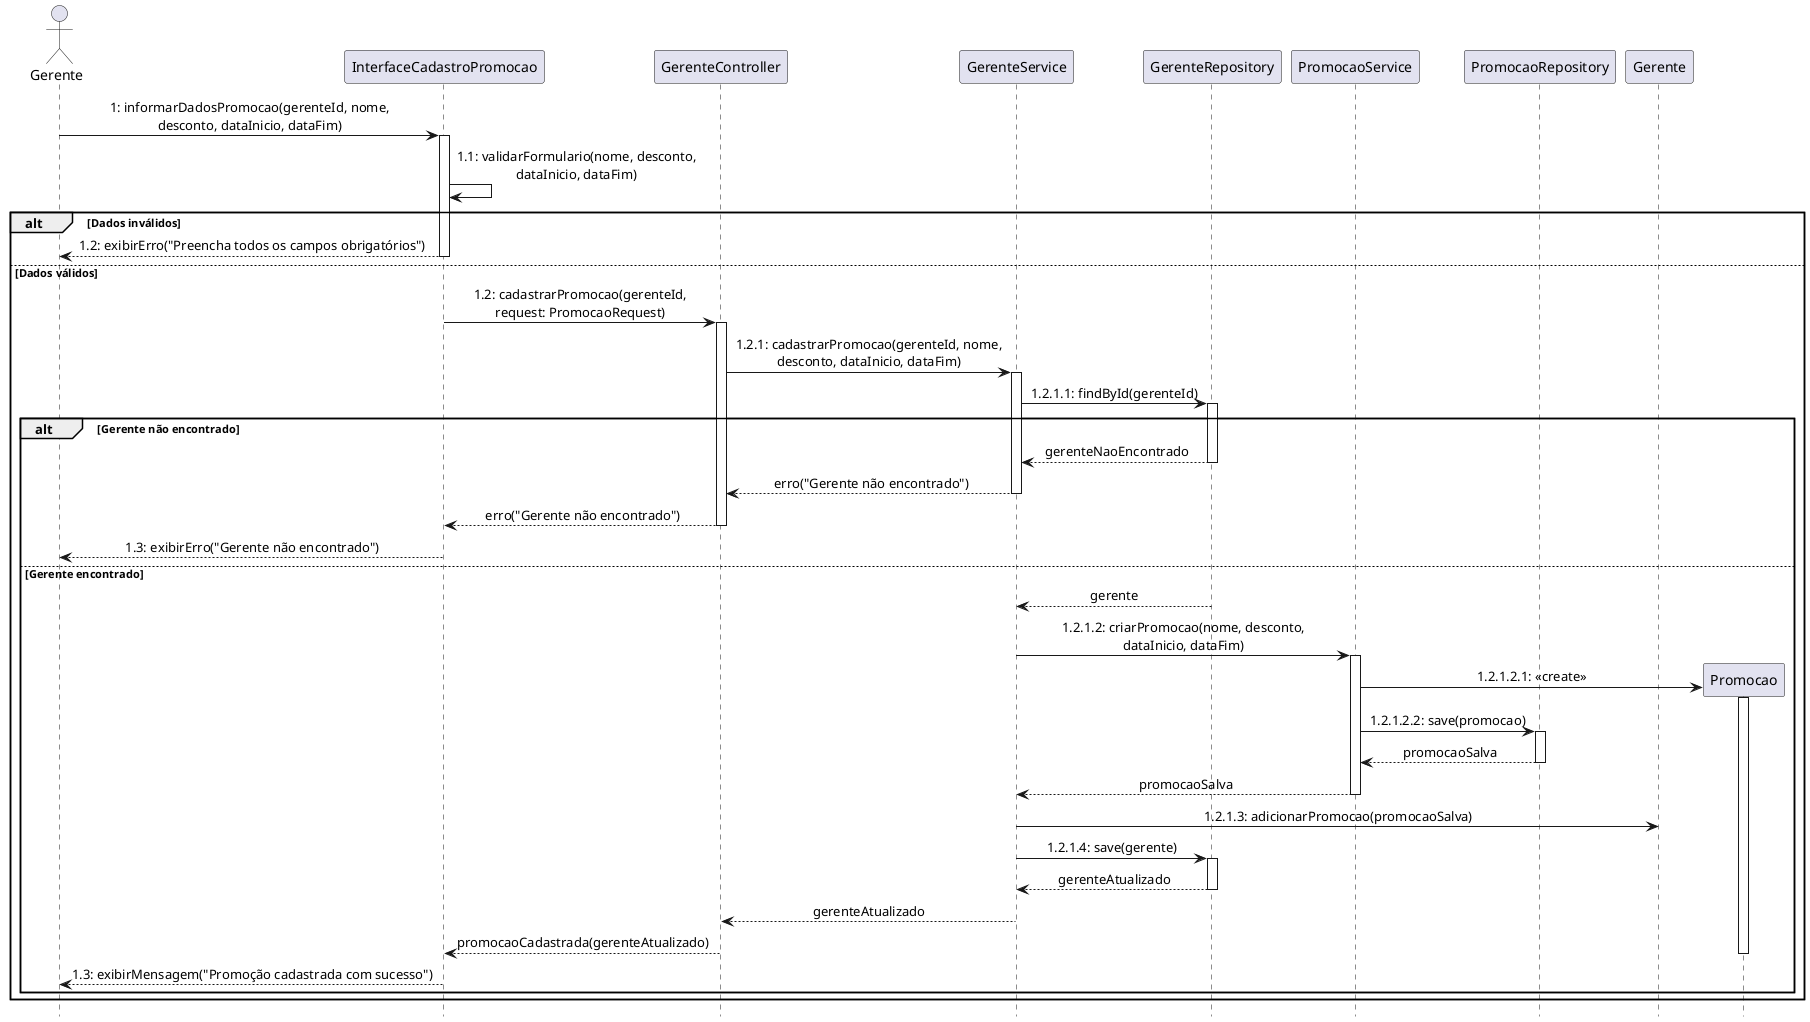
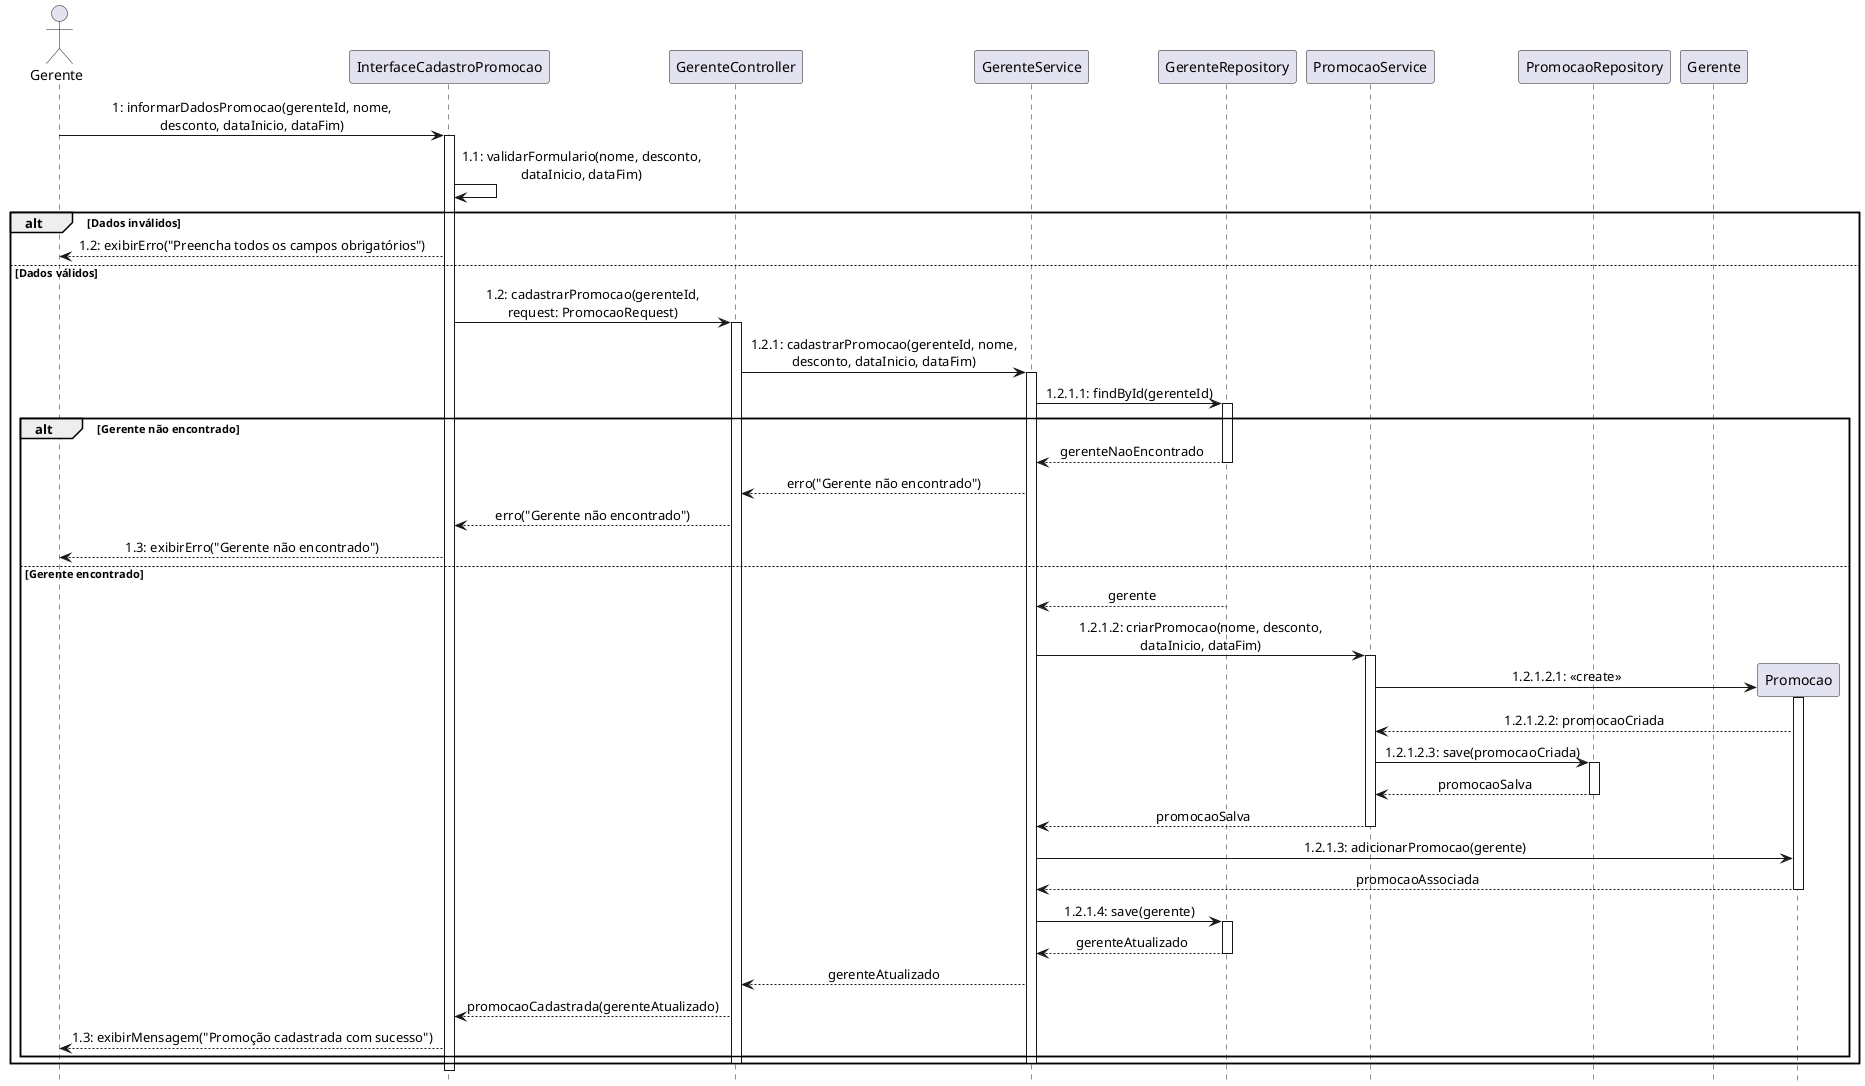
@startuml "Cadastrar Promoção"

hide footbox
skinparam sequenceMessageAlign center
skinparam participantStyle rectangle

actor "Gerente" as GerenteAtor

participant "InterfaceCadastroPromocao" as Tela
participant "GerenteController" as Controller
participant "GerenteService" as GerenteService
participant "GerenteRepository" as GerenteRepo
participant "PromocaoService" as PromocaoService
participant "PromocaoRepository" as PromocaoRepo
participant "Gerente" as Gerente
participant "Promocao" as Promocao

GerenteAtor -> Tela: 1: informarDadosPromocao(gerenteId, nome,\ndesconto, dataInicio, dataFim)
activate Tela

Tela -> Tela: 1.1: validarFormulario(nome, desconto,\ndataInicio, dataFim)

alt Dados inválidos
    Tela --> GerenteAtor: 1.2: exibirErro("Preencha todos os campos obrigatórios")
-     deactivate Tela

else Dados válidos
    Tela -> Controller: 1.2: cadastrarPromocao(gerenteId,\nrequest: PromocaoRequest)
    activate Controller

    Controller -> GerenteService: 1.2.1: cadastrarPromocao(gerenteId, nome,\ndesconto, dataInicio, dataFim)
    activate GerenteService

    GerenteService -> GerenteRepo: 1.2.1.1: findById(gerenteId)
    activate GerenteRepo

    alt Gerente não encontrado
        GerenteRepo --> GerenteService: gerenteNaoEncontrado
        deactivate GerenteRepo

        GerenteService --> Controller: erro("Gerente não encontrado")
-         deactivate GerenteService
- 
        Controller --> Tela: erro("Gerente não encontrado")
-         deactivate Controller
- 
        Tela --> GerenteAtor: 1.3: exibirErro("Gerente não encontrado")
-         deactivate Tela

    else Gerente encontrado
        GerenteRepo --> GerenteService: gerente
        deactivate GerenteRepo

        GerenteService -> PromocaoService: 1.2.1.2: criarPromocao(nome, desconto,\ndataInicio, dataFim)
        activate PromocaoService

        create Promocao
        PromocaoService -> Promocao: 1.2.1.2.1: <<create>>
        activate Promocao

-         PromocaoService -> PromocaoRepo: 1.2.1.2.2: save(promocao)
+         Promocao --> PromocaoService: 1.2.1.2.2: promocaoCriada
+ 
+         PromocaoService -> PromocaoRepo: 1.2.1.2.3: save(promocaoCriada)
        activate PromocaoRepo
        PromocaoRepo --> PromocaoService: promocaoSalva
        deactivate PromocaoRepo

        PromocaoService --> GerenteService: promocaoSalva
        deactivate PromocaoService

-         GerenteService -> Gerente: 1.2.1.3: adicionarPromocao(promocaoSalva)
+         GerenteService -> Promocao: 1.2.1.3: adicionarPromocao(gerente)
+         Promocao --> GerenteService: promocaoAssociada
+         deactivate Promocao

        GerenteService -> GerenteRepo: 1.2.1.4: save(gerente)
        activate GerenteRepo
        GerenteRepo --> GerenteService: gerenteAtualizado
        deactivate GerenteRepo

        GerenteService --> Controller: gerenteAtualizado
-         deactivate GerenteService
+         Controller --> Tela: promocaoCadastrada(gerenteAtualizado)
+         Tela --> GerenteAtor: 1.3: exibirMensagem("Promoção cadastrada com sucesso")
+     end

-         Controller --> Tela: promocaoCadastrada(gerenteAtualizado)
-         deactivate Controller
-         deactivate Promocao
- 
-         Tela --> GerenteAtor: 1.3: exibirMensagem("Promoção cadastrada com sucesso")
-         deactivate Tela
-     end
+     deactivate GerenteService
+     deactivate Controller
end

+ deactivate Tela
+ 
@enduml